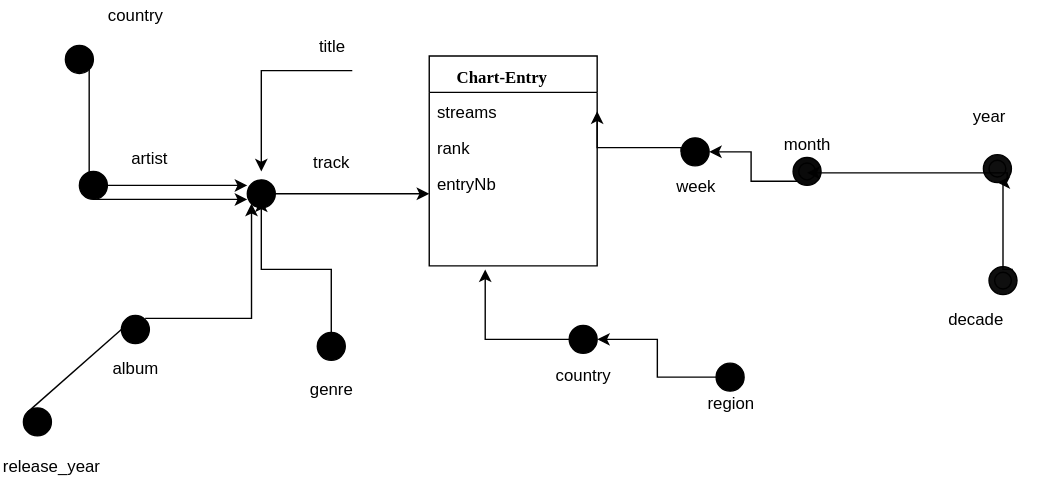
The draw.io diagram figures/DF1.svg in AlexChanson/DW, before a commit. Source tidied: cells renumbered, new cells last; positions are measured from the earlier drawing's top-left corner, leaving out a move shared by most shapes.
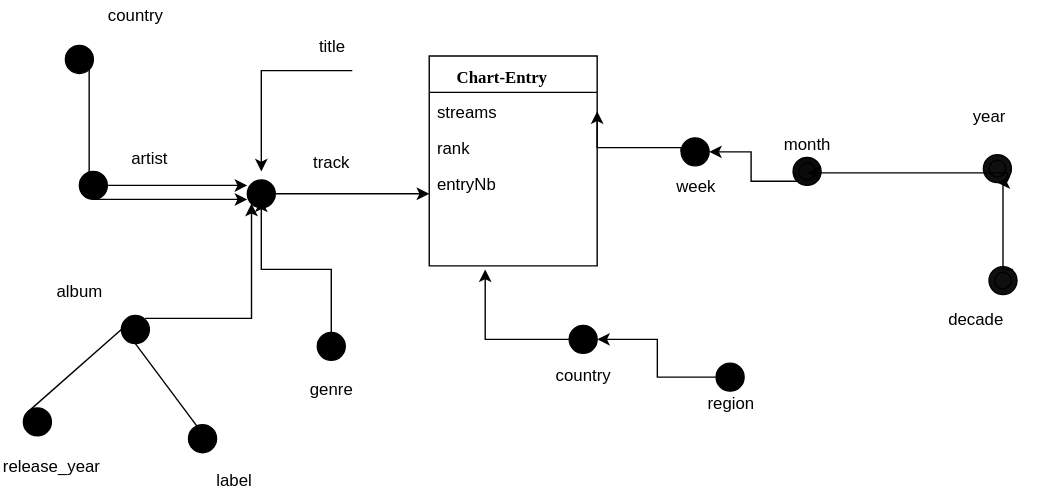
After the commit.

Diff of the diagram source:
```diff
@@ -71,7 +71,7 @@
     </object>
     <object id="20" label="album" name="Variable" placeholders="1">
       <mxCell style="text;html=1;strokeColor=none;fillColor=none;align=center;verticalAlign=middle;whiteSpace=wrap;overflow=hidden;" parent="1" vertex="1">
-        <mxGeometry x="40" y="252" width="80" height="20" as="geometry" />
+        <mxGeometry y="197" width="80" height="20" as="geometry" />
       </mxCell>
     </object>
     <object id="21" label="artist" name="Variable" placeholders="1">
@@ -190,5 +190,16 @@
     <mxCell id="45" value="release_year" style="text;html=1;strokeColor=none;fillColor=none;align=center;verticalAlign=middle;whiteSpace=wrap;rounded=0;" parent="1" vertex="1">
       <mxGeometry y="322" width="40" height="20" as="geometry" />
     </mxCell>
+    <mxCell id="46" style="endArrow=none;html=1;entryX=0.5;entryY=1;" parent="1" edge="1" target="9">
+      <mxGeometry relative="1" as="geometry">
+        <mxPoint x="130" y="312" as="sourcePoint" />
+      </mxGeometry>
+    </mxCell>
+    <mxCell id="47" style="ellipse;shape=doubleEllipse;whiteSpace=wrap;html=1;fillColor=#000000;" parent="1" vertex="1">
+      <mxGeometry x="118" y="303" width="20" height="20" as="geometry" />
+    </mxCell>
+    <mxCell id="48" value="label" style="text;html=1;strokeColor=none;fillColor=none;align=center;verticalAlign=middle;whiteSpace=wrap;rounded=0;" parent="1" vertex="1">
+      <mxGeometry x="130" y="332" width="40" height="20" as="geometry" />
+    </mxCell>
   </root>
 </mxGraphModel>
```
